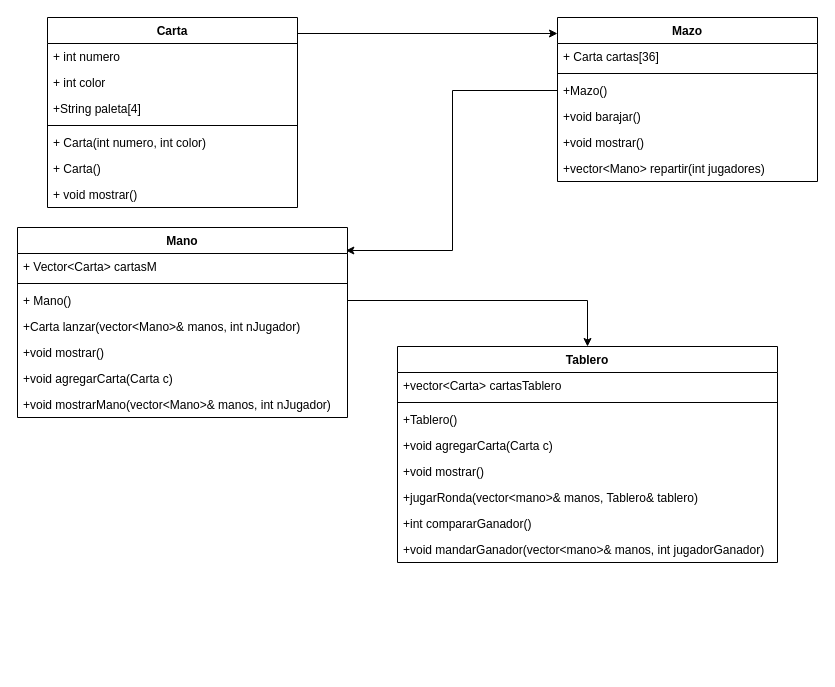
This is Diagrama sin título.drawio from Samuel-ITM/test, a draw.io file, before an edit. Source tidied: cells renumbered, new cells numbered last; positions are measured from the earlier drawing's top-left corner, leaving out a move shared by most shapes. Both pictures are drawn from the tidied source at 100%, with x=0, y=0 at pixel (17, 17).
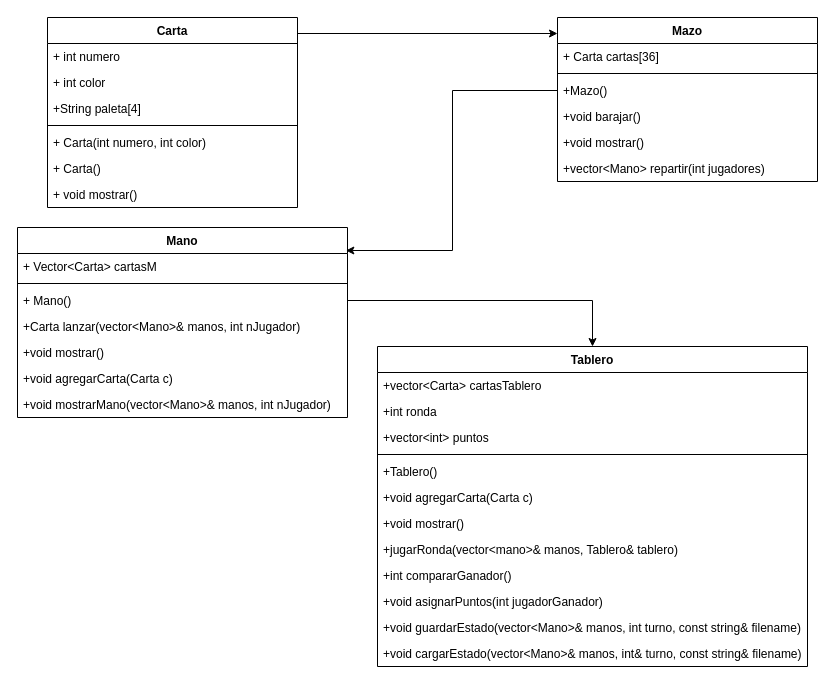
The same page after the edit.

Diff of the diagram source:
```diff
@@
     <mxCell id="26" value="Tablero" style="swimlane;fontStyle=1;align=center;verticalAlign=top;horizontal=1;startSize=26;whiteSpace=wrap;html=1;" parent="1" vertex="1">
-      <mxGeometry x="380" y="329" width="380" height="216" as="geometry" />
+      <mxGeometry x="360" y="329" width="430" height="320" as="geometry" />
     </mxCell>
     <mxCell id="27" value="+vector&amp;lt;Carta&amp;gt; cartasTablero" style="text;strokeColor=none;fillColor=none;align=left;verticalAlign=top;spacingLeft=4;spacingRight=4;overflow=hidden;whiteSpace=wrap;html=1;" parent="26" vertex="1">
-      <mxGeometry y="26" width="380" height="26" as="geometry" />
+      <mxGeometry y="26" width="430" height="26" as="geometry" />
     </mxCell>
+    <mxCell id="37" value="+int ronda" style="text;strokeColor=none;fillColor=none;align=left;verticalAlign=top;spacingLeft=4;spacingRight=4;overflow=hidden;whiteSpace=wrap;html=1;" parent="26" vertex="1">
+      <mxGeometry y="52" width="430" height="26" as="geometry" />
+    </mxCell>
+    <mxCell id="38" value="+vector&amp;lt;int&amp;gt; puntos" style="text;strokeColor=none;fillColor=none;align=left;verticalAlign=top;spacingLeft=4;spacingRight=4;overflow=hidden;whiteSpace=wrap;html=1;" parent="26" vertex="1">
+      <mxGeometry y="78" width="430" height="26" as="geometry" />
+    </mxCell>
     <mxCell id="28" style="line;strokeWidth=1;fillColor=none;align=left;verticalAlign=middle;spacingTop=-1;spacingLeft=3;spacingRight=3;labelPosition=right;strokeColor=inherit;" parent="26" vertex="1">
-      <mxGeometry y="52" width="380" height="8" as="geometry" />
+      <mxGeometry y="104" width="430" height="8" as="geometry" />
     </mxCell>
     <mxCell id="29" value="+Tablero()" style="text;strokeColor=none;fillColor=none;align=left;verticalAlign=top;spacingLeft=4;spacingRight=4;overflow=hidden;whiteSpace=wrap;html=1;" parent="26" vertex="1">
-      <mxGeometry y="60" width="380" height="26" as="geometry" />
+      <mxGeometry y="112" width="430" height="26" as="geometry" />
     </mxCell>
     <mxCell id="30" value="+void agregarCarta(Carta c)" style="text;strokeColor=none;fillColor=none;align=left;verticalAlign=top;spacingLeft=4;spacingRight=4;overflow=hidden;whiteSpace=wrap;html=1;" parent="26" vertex="1">
-      <mxGeometry y="86" width="380" height="26" as="geometry" />
+      <mxGeometry y="138" width="430" height="26" as="geometry" />
     </mxCell>
     <mxCell id="31" value="+void mostrar()" style="text;strokeColor=none;fillColor=none;align=left;verticalAlign=top;spacingLeft=4;spacingRight=4;overflow=hidden;whiteSpace=wrap;html=1;" parent="26" vertex="1">
-      <mxGeometry y="112" width="380" height="26" as="geometry" />
+      <mxGeometry y="164" width="430" height="26" as="geometry" />
     </mxCell>
     <mxCell id="32" value="+jugarRonda(vector&amp;lt;mano&amp;gt;&amp;amp; manos, Tablero&amp;amp; tablero)" style="text;strokeColor=none;fillColor=none;align=left;verticalAlign=top;spacingLeft=4;spacingRight=4;overflow=hidden;whiteSpace=wrap;html=1;" parent="26" vertex="1">
-      <mxGeometry y="138" width="380" height="26" as="geometry" />
+      <mxGeometry y="190" width="430" height="26" as="geometry" />
     </mxCell>
     <mxCell id="33" value="+int compararGanador()" style="text;strokeColor=none;fillColor=none;align=left;verticalAlign=top;spacingLeft=4;spacingRight=4;overflow=hidden;whiteSpace=wrap;html=1;" parent="26" vertex="1">
-      <mxGeometry y="164" width="380" height="26" as="geometry" />
+      <mxGeometry y="216" width="430" height="26" as="geometry" />
     </mxCell>
-    <mxCell id="34" value="+void mandarGanador(vector&amp;lt;mano&amp;gt;&amp;amp; manos, int jugadorGanador)" style="text;strokeColor=none;fillColor=none;align=left;verticalAlign=top;spacingLeft=4;spacingRight=4;overflow=hidden;whiteSpace=wrap;html=1;" parent="26" vertex="1">
-      <mxGeometry y="190" width="380" height="26" as="geometry" />
+    <mxCell id="34" value="+void asignarPuntos(int jugadorGanador)" style="text;strokeColor=none;fillColor=none;align=left;verticalAlign=top;spacingLeft=4;spacingRight=4;overflow=hidden;whiteSpace=wrap;html=1;" parent="26" vertex="1">
+      <mxGeometry y="242" width="430" height="26" as="geometry" />
     </mxCell>
+    <mxCell id="39" value="+void&amp;nbsp;guardarEstado(vector&amp;lt;Mano&amp;gt;&amp;amp; manos, int turno, const string&amp;amp; filename)" style="text;strokeColor=none;fillColor=none;align=left;verticalAlign=top;spacingLeft=4;spacingRight=4;overflow=hidden;whiteSpace=wrap;html=1;" parent="26" vertex="1">
+      <mxGeometry y="268" width="430" height="26" as="geometry" />
+    </mxCell>
+    <mxCell id="40" value="+void&amp;nbsp;cargarEstado(vector&amp;lt;Mano&amp;gt;&amp;amp; manos, int&amp;amp; turno, const string&amp;amp; filename)" style="text;strokeColor=none;fillColor=none;align=left;verticalAlign=top;spacingLeft=4;spacingRight=4;overflow=hidden;whiteSpace=wrap;html=1;" parent="26" vertex="1">
+      <mxGeometry y="294" width="430" height="26" as="geometry" />
+    </mxCell>
```
